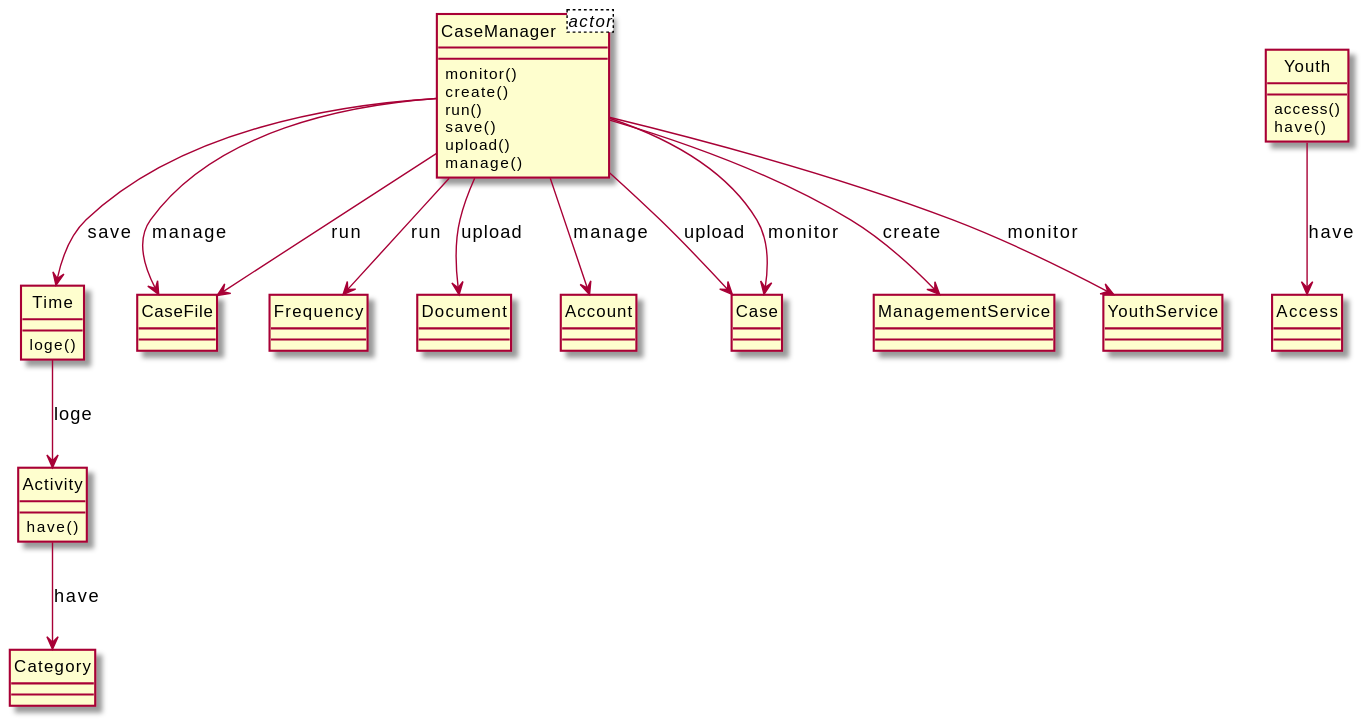
This is output/diagram_5/2014-USC-Project08.svg from xixixhalu/DomainModelExtractor, a PlantUML export, as it was before one commit.
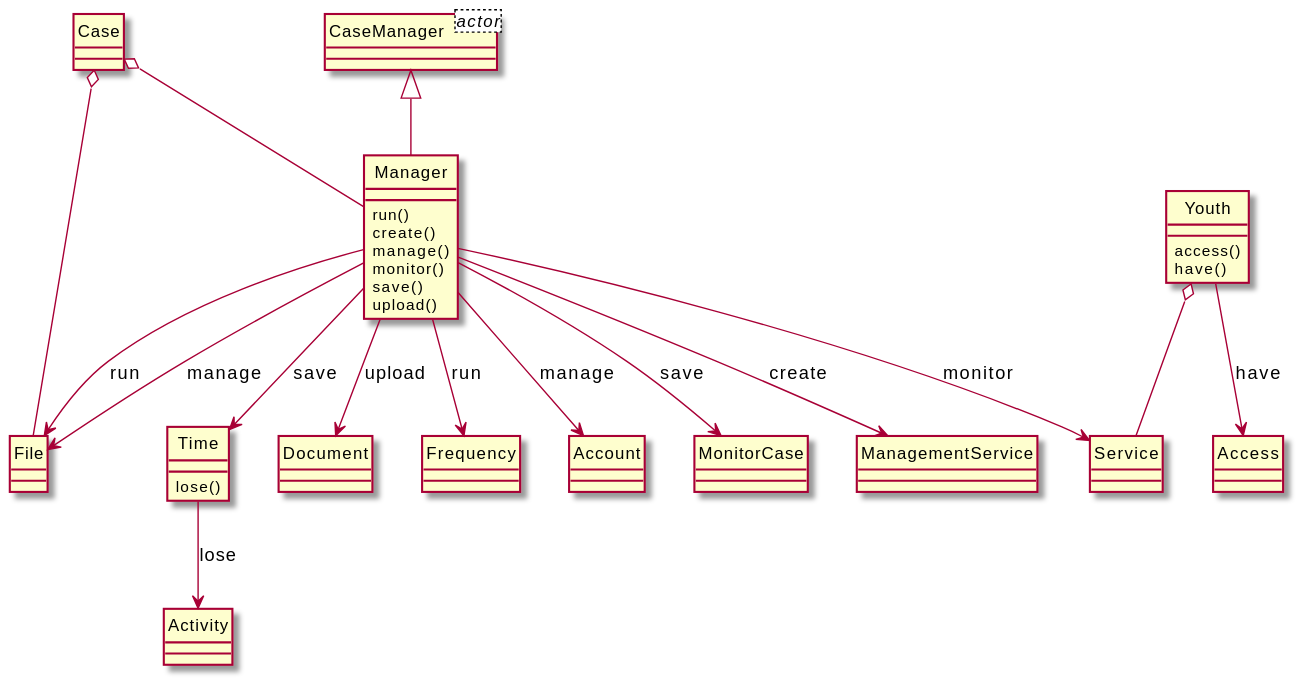
After the change.

The edit, as a diff of the source:
```diff
@@ -2,53 +2,56 @@
 hide circle
 class CaseManager<actor> {
 }
+class Case {
+}
+class File {
+}
+class Manager {
+	run()
+	create()
+	manage()
+	monitor()
+	save()
+	upload()
+}
+class Service {
+}
 class Time {
-	loge()
+	lose()
+}
+class Document {
+}
+class Frequency {
+}
+class Account {
 }
 class Activity {
-	have()
 }
-class CaseManager {
-	monitor()
-	create()
-	run()
-	save()
-	upload()
-	manage()
-}
-class CaseFile {
+class MonitorCase {
 }
 class Youth {
 	access()
 	have()
 }
-class Category {
-}
-class Frequency {
-}
-class Document {
-}
-class Account {
-}
-class Case {
-}
 class Access {
 }
 class ManagementService {
 }
-class YouthService {
+class CaseManager {
 }
-CaseManager --> Frequency : run
-CaseManager --> CaseFile : manage
-CaseManager --> Case : upload
-CaseManager --> YouthService : monitor
-Time --> Activity : loge
-CaseManager --> Document : upload
-CaseManager --> ManagementService : create
+Time --> Activity : lose
+Youth o-- Service
+Manager --> Frequency : run
+Manager --> Service : monitor
+Manager --> MonitorCase : save
+Case o-- File
+CaseManager <|-- Manager
+Manager --> Time : save
 Youth --> Access : have
-CaseManager --> Time : save
-Activity --> Category : have
-CaseManager --> Account : manage
-CaseManager --> Case : monitor
-CaseManager --> CaseFile : run
+Manager --> ManagementService : create
+Manager --> Account : manage
+Case o-- Manager
+Manager --> File : manage
+Manager --> Document : upload
+Manager --> File : run
 @enduml
```
